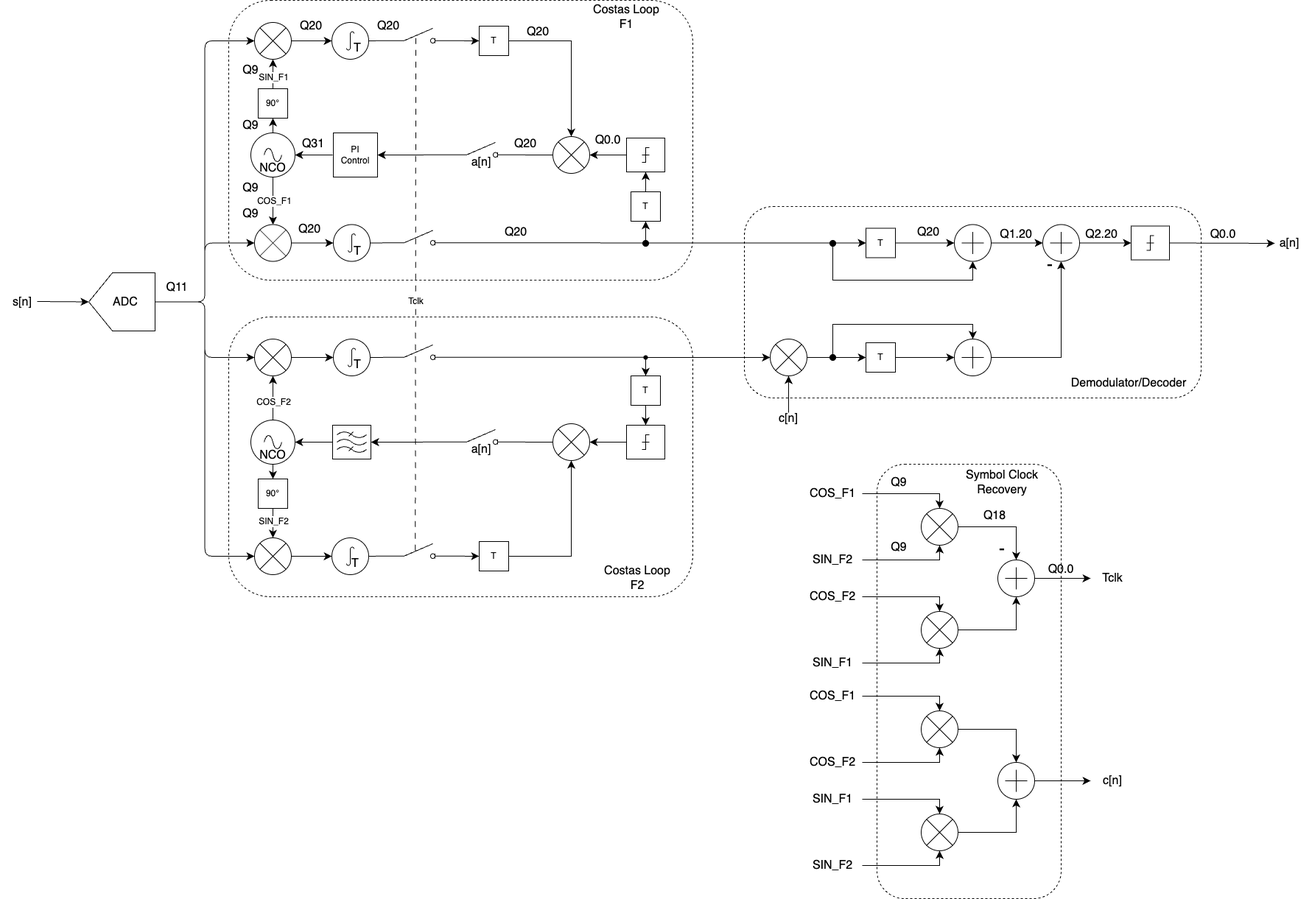
Earlier version of the draw.io export docs/msk-demod.drawio.png (OpenResearchInstitute/msk_demodulator). Source tidied: cells renumbered, new cells last; positions are measured from the earlier drawing's top-left corner, leaving out a move shared by most shapes.
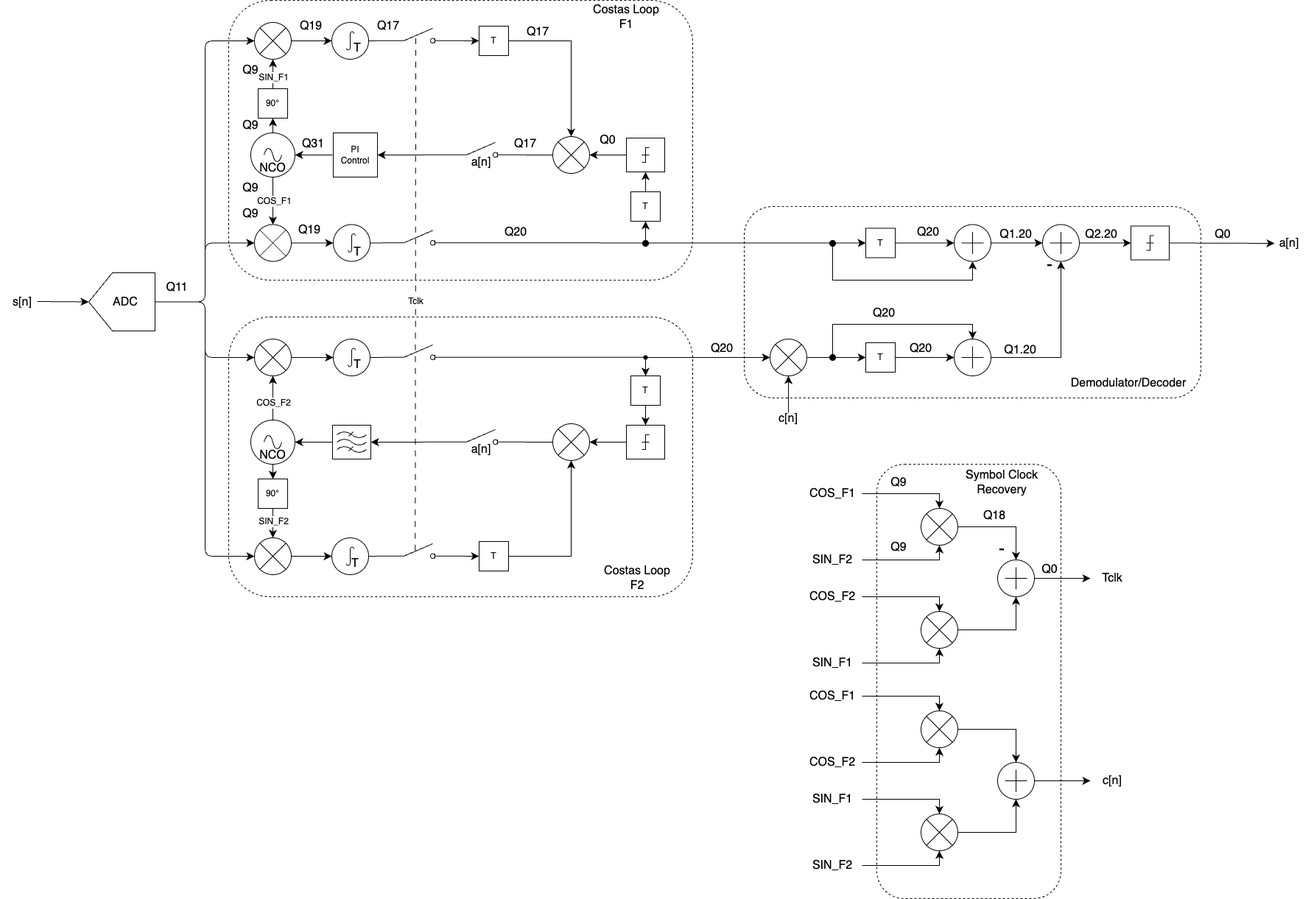
After the commit.

Commit message:
Update block diagrams with Q-notation

What changed in the source:
```diff
@@ -492,22 +492,22 @@
     <mxCell id="149" value="Q9" style="text;html=1;align=center;verticalAlign=middle;whiteSpace=wrap;rounded=0;fontSize=16;" parent="1" vertex="1">
       <mxGeometry x="310" y="80" width="60" height="30" as="geometry" />
     </mxCell>
-    <mxCell id="150" value="Q20" style="text;html=1;align=center;verticalAlign=middle;whiteSpace=wrap;rounded=0;fontSize=16;" parent="1" vertex="1">
+    <mxCell id="150" value="Q19" style="text;html=1;align=center;verticalAlign=middle;whiteSpace=wrap;rounded=0;fontSize=16;" parent="1" vertex="1">
       <mxGeometry x="392" y="20" width="60" height="30" as="geometry" />
     </mxCell>
-    <mxCell id="151" value="Q20" style="text;html=1;align=center;verticalAlign=middle;whiteSpace=wrap;rounded=0;fontSize=16;" parent="1" vertex="1">
+    <mxCell id="151" value="Q19" style="text;html=1;align=center;verticalAlign=middle;whiteSpace=wrap;rounded=0;fontSize=16;" parent="1" vertex="1">
       <mxGeometry x="390" y="296.5" width="60" height="30" as="geometry" />
     </mxCell>
-    <mxCell id="152" value="Q20" style="text;html=1;align=center;verticalAlign=middle;whiteSpace=wrap;rounded=0;fontSize=16;" parent="1" vertex="1">
+    <mxCell id="152" value="Q17" style="text;html=1;align=center;verticalAlign=middle;whiteSpace=wrap;rounded=0;fontSize=16;" parent="1" vertex="1">
       <mxGeometry x="497" y="20" width="60" height="30" as="geometry" />
     </mxCell>
-    <mxCell id="153" value="Q20" style="text;html=1;align=center;verticalAlign=middle;whiteSpace=wrap;rounded=0;fontSize=16;" parent="1" vertex="1">
+    <mxCell id="153" value="Q17" style="text;html=1;align=center;verticalAlign=middle;whiteSpace=wrap;rounded=0;fontSize=16;" parent="1" vertex="1">
       <mxGeometry x="700" y="28" width="60" height="30" as="geometry" />
     </mxCell>
-    <mxCell id="154" value="Q20" style="text;html=1;align=center;verticalAlign=middle;whiteSpace=wrap;rounded=0;fontSize=16;" parent="1" vertex="1">
+    <mxCell id="154" value="Q17" style="text;html=1;align=center;verticalAlign=middle;whiteSpace=wrap;rounded=0;fontSize=16;" parent="1" vertex="1">
       <mxGeometry x="682.5" y="180" width="60" height="30" as="geometry" />
     </mxCell>
-    <mxCell id="155" value="Q0.0" style="text;html=1;align=center;verticalAlign=middle;whiteSpace=wrap;rounded=0;fontSize=16;" parent="1" vertex="1">
+    <mxCell id="155" value="Q0" style="text;html=1;align=center;verticalAlign=middle;whiteSpace=wrap;rounded=0;fontSize=16;" parent="1" vertex="1">
       <mxGeometry x="795" y="175" width="60" height="30" as="geometry" />
     </mxCell>
     <mxCell id="156" value="Q20" style="text;html=1;align=center;verticalAlign=middle;whiteSpace=wrap;rounded=0;fontSize=16;" parent="1" vertex="1">
@@ -528,7 +528,7 @@
     <mxCell id="161" value="Q2.20" style="text;html=1;align=center;verticalAlign=middle;whiteSpace=wrap;rounded=0;fontSize=16;" parent="1" vertex="1">
       <mxGeometry x="1465" y="302.5" width="60" height="30" as="geometry" />
     </mxCell>
-    <mxCell id="162" value="Q0.0" style="text;html=1;align=center;verticalAlign=middle;whiteSpace=wrap;rounded=0;fontSize=16;" parent="1" vertex="1">
+    <mxCell id="162" value="Q0" style="text;html=1;align=center;verticalAlign=middle;whiteSpace=wrap;rounded=0;fontSize=16;" parent="1" vertex="1">
       <mxGeometry x="1630" y="302.5" width="60" height="30" as="geometry" />
     </mxCell>
     <mxCell id="163" value="Q9" style="text;html=1;align=center;verticalAlign=middle;whiteSpace=wrap;rounded=0;fontSize=16;" parent="1" vertex="1">
@@ -540,8 +540,20 @@
     <mxCell id="165" value="Q18" style="text;html=1;align=center;verticalAlign=middle;whiteSpace=wrap;rounded=0;fontSize=16;" parent="1" vertex="1">
       <mxGeometry x="1320" y="685" width="60" height="30" as="geometry" />
     </mxCell>
-    <mxCell id="166" value="Q0.0" style="text;html=1;align=center;verticalAlign=middle;whiteSpace=wrap;rounded=0;fontSize=16;" parent="1" vertex="1">
-      <mxGeometry x="1410" y="758" width="60" height="30" as="geometry" />
+    <mxCell id="166" value="Q0" style="text;html=1;align=center;verticalAlign=middle;whiteSpace=wrap;rounded=0;fontSize=16;" parent="1" vertex="1">
+      <mxGeometry x="1395" y="758" width="60" height="30" as="geometry" />
     </mxCell>
+    <mxCell id="167" value="Q20" style="text;html=1;align=center;verticalAlign=middle;whiteSpace=wrap;rounded=0;fontSize=16;" parent="1" vertex="1">
+      <mxGeometry x="950" y="458" width="60" height="30" as="geometry" />
+    </mxCell>
+    <mxCell id="168" value="Q20" style="text;html=1;align=center;verticalAlign=middle;whiteSpace=wrap;rounded=0;fontSize=16;" parent="1" vertex="1">
+      <mxGeometry x="1170" y="410" width="60" height="30" as="geometry" />
+    </mxCell>
+    <mxCell id="169" value="Q20" style="text;html=1;align=center;verticalAlign=middle;whiteSpace=wrap;rounded=0;fontSize=16;" parent="1" vertex="1">
+      <mxGeometry x="1220" y="458" width="60" height="30" as="geometry" />
+    </mxCell>
+    <mxCell id="170" value="Q1.20" style="text;html=1;align=center;verticalAlign=middle;whiteSpace=wrap;rounded=0;fontSize=16;" parent="1" vertex="1">
+      <mxGeometry x="1355" y="460" width="60" height="30" as="geometry" />
+    </mxCell>
   </root>
 </mxGraphModel>
```
